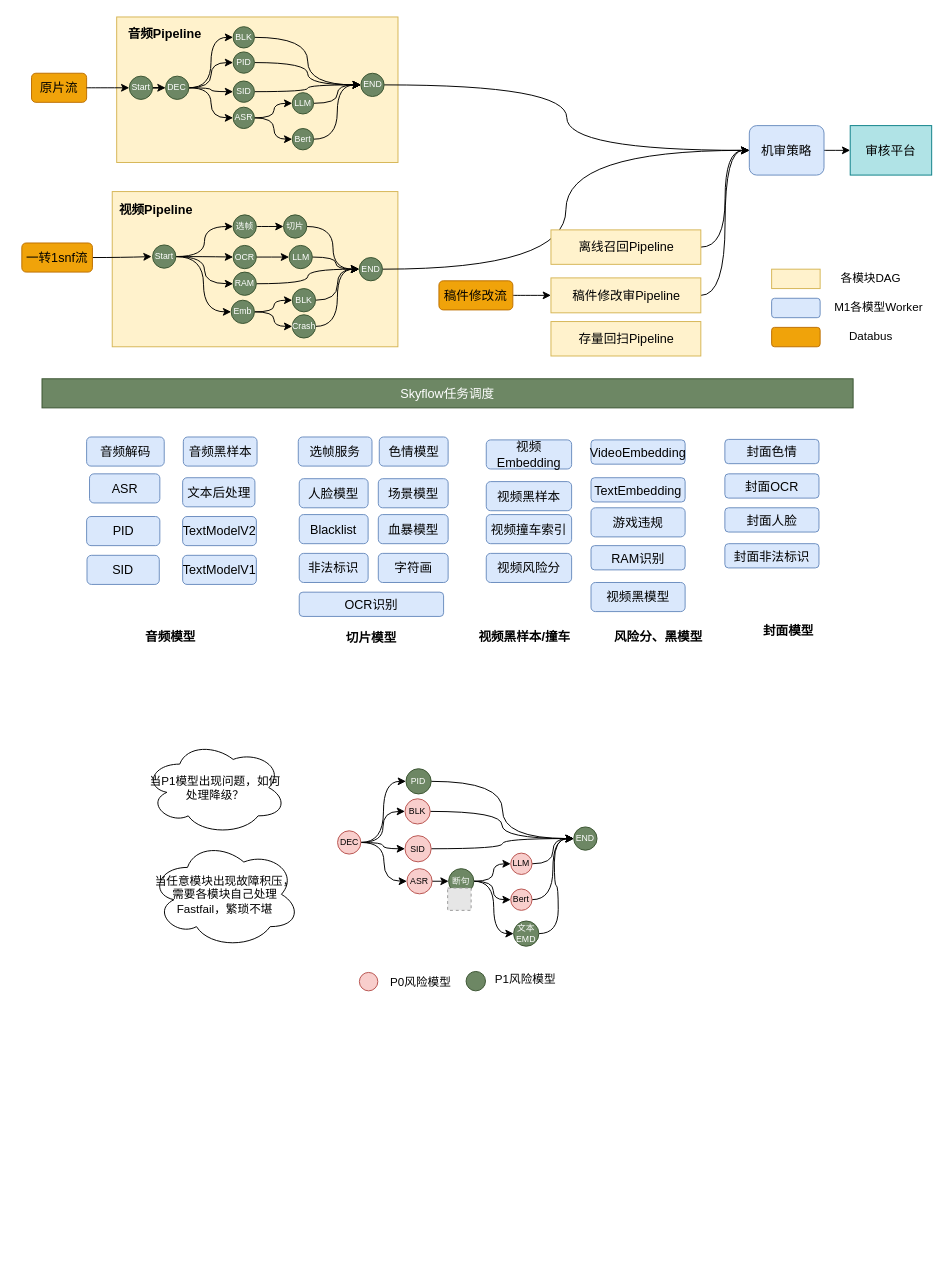
Before: page "v2" (2 of 7) of 机审工程图 - with skyflow.drawio in johnsondeng/drawio, a draw.io diagram. Source tidied: cells renumbered, new cells numbered last; positions are measured from the earlier drawing's top-left corner, leaving out a move shared by most shapes. Both pictures are drawn from the tidied source at 97%, with x=0, y=0 at pixel (21, 16). Pictures stored in the file or linked from it are replaced by grey dashed boxes.
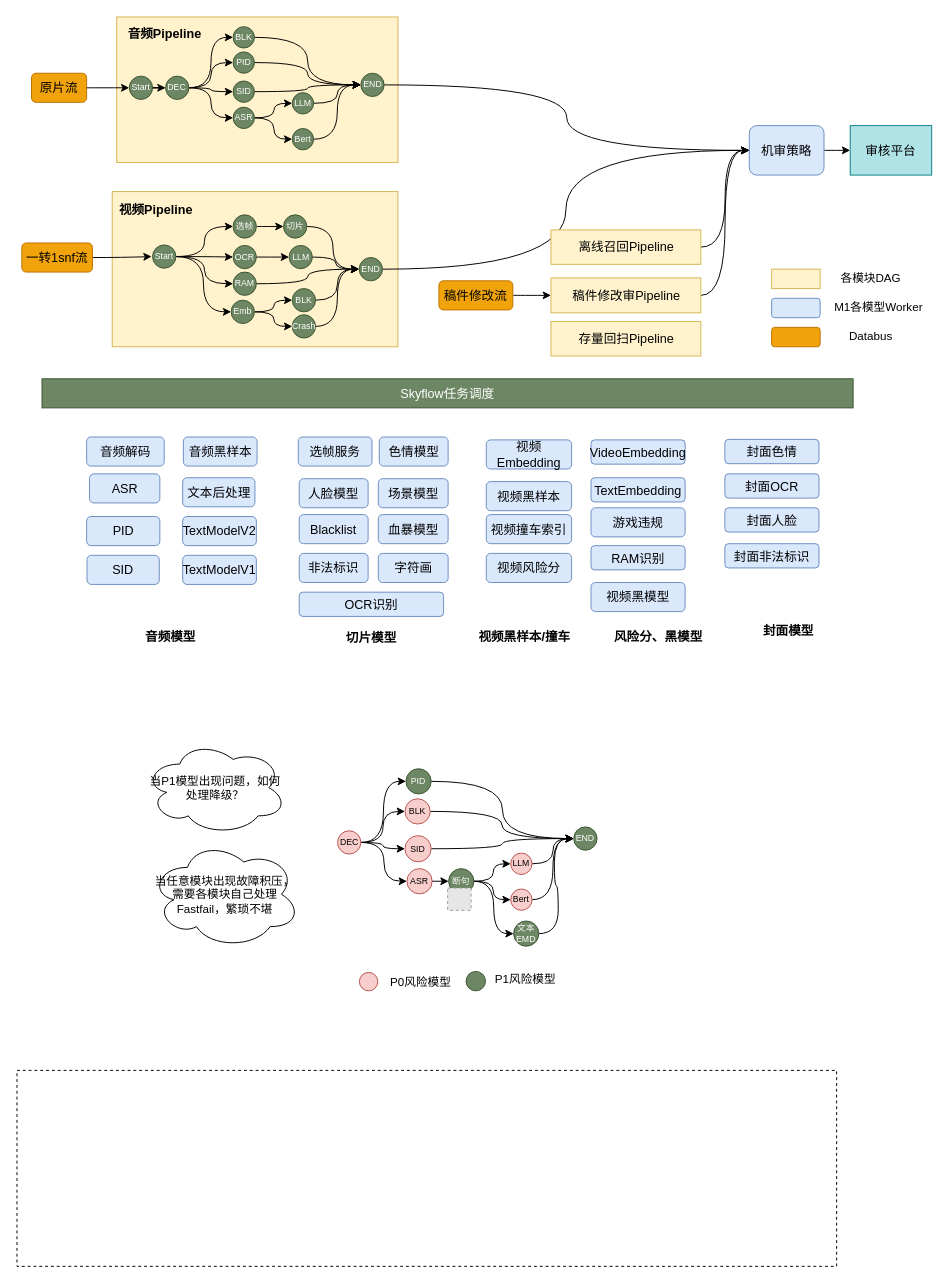
Above is the later version.

Diff of the diagram source:
```diff
@@
+    <mxCell id="139" style="rounded=0;whiteSpace=wrap;html=1;fontSize=13;dashed=1;" parent="1" vertex="1">
+      <mxGeometry x="-5" y="1086" width="845" height="202" as="geometry" />
+    </mxCell>
```
